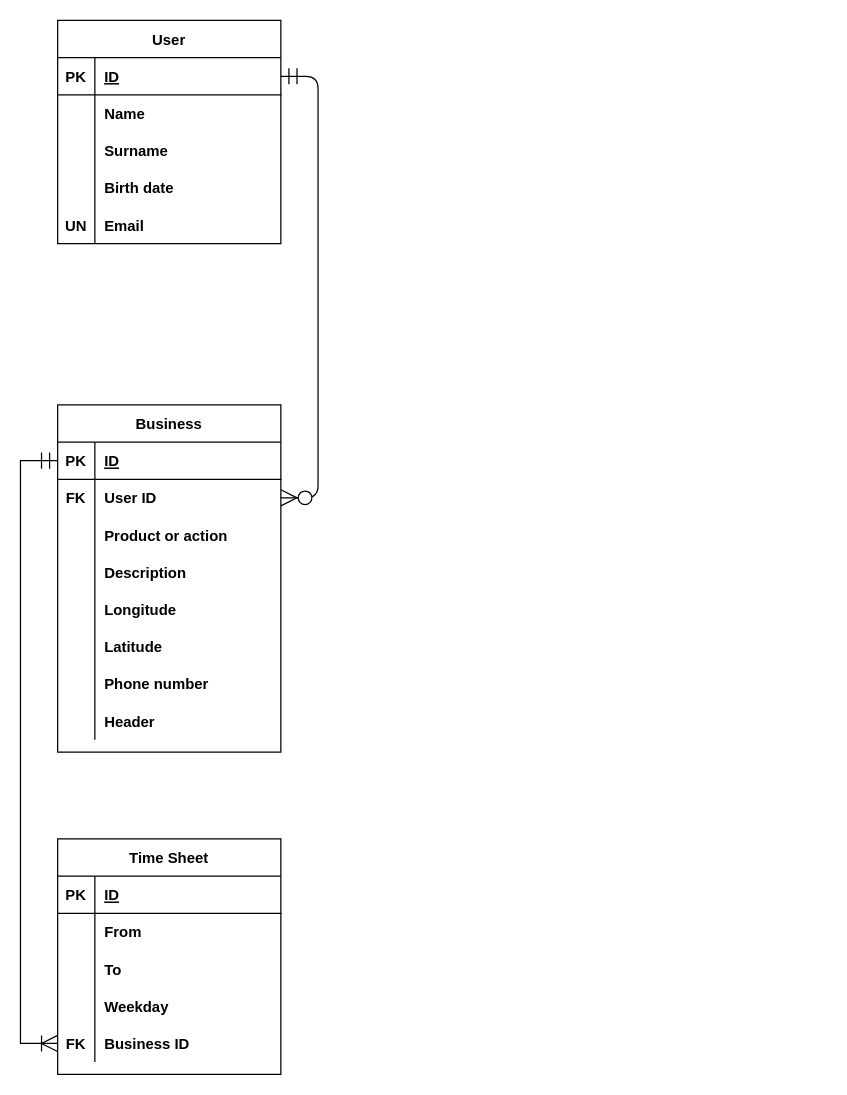
Above: diagram.drawio in EvalVis/Locals-Trade (draw.io), before the change. Source tidied: cells renumbered, new cells numbered last; positions are measured from the earlier drawing's top-left corner, leaving out a move shared by most shapes. Both pictures are drawn from the tidied source at 124%, with x=0, y=0 at pixel (57, 20).
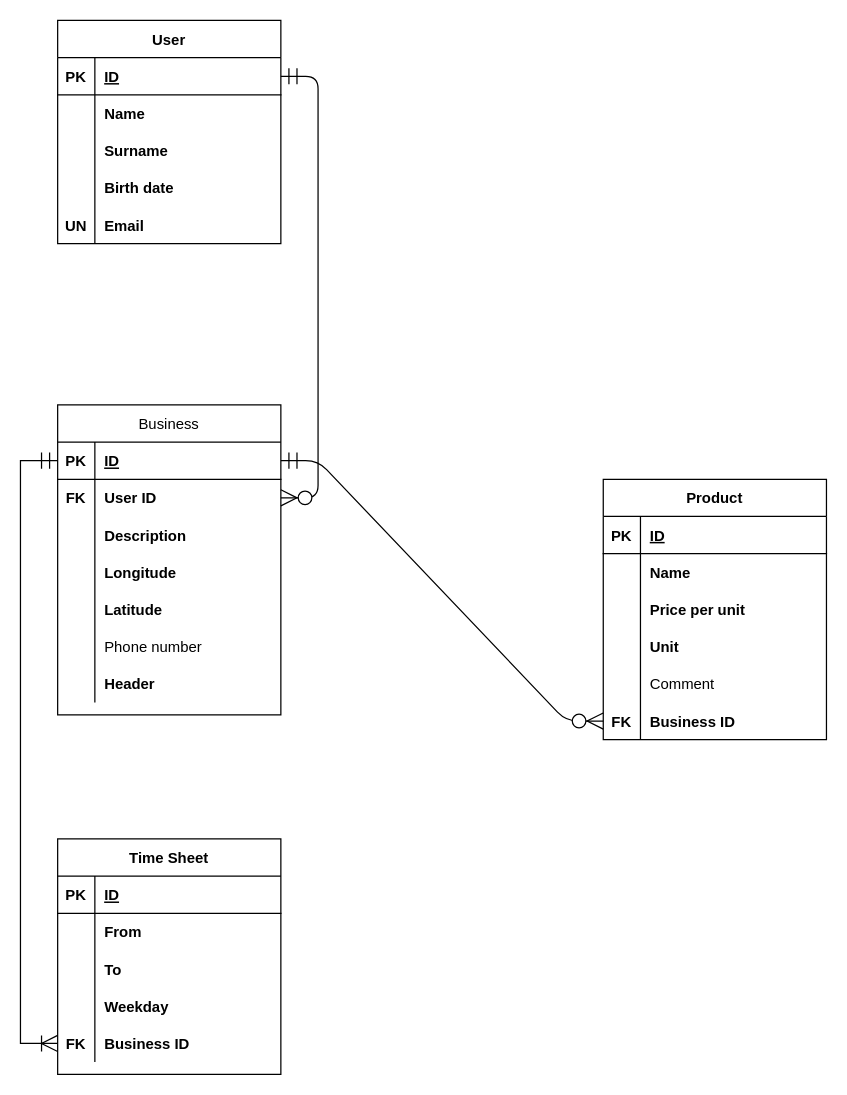
After the change.

Commit message (it also covers changes not shown here):
Importing diagram.

Unchanged cells that the change refers to:
```xml
<mxCell id="19" style="shape=partialRectangle;fillColor=none;top=0;left=0;bottom=1;right=0;points=[[0,0.5],[1,0.5]];portConstraint=eastwest;" parent="18" vertex="1">
  <mxGeometry y="30" width="180" height="30" as="geometry" />
</mxCell>
```

The edit, as a diff of the source:
```diff
@@
-    <mxCell id="18" value="Business" style="shape=table;startSize=30;childLayout=tableLayout;rowLines=0;fontStyle=1;align=center;rounded=0;" parent="1" vertex="1">
-      <mxGeometry y="310" width="180" height="280" as="geometry" />
+    <mxCell id="18" value="Business" style="shape=table;startSize=30;childLayout=tableLayout;rowLines=0;fontStyle=0;align=center;rounded=0;" parent="1" vertex="1">
+      <mxGeometry y="310" width="180" height="250" as="geometry" />
     </mxCell>
@@
-    <mxCell id="25" style="shape=partialRectangle;fillColor=none;top=0;left=0;bottom=0;right=0;" parent="18" vertex="1">
-      <mxGeometry y="90" width="180" height="30" as="geometry" />
-    </mxCell>
-    <mxCell id="26" style="shape=partialRectangle;fillColor=none;top=0;left=0;bottom=0;right=0;overflow=hidden;" parent="25" vertex="1">
-      <mxGeometry width="30" height="30" as="geometry" />
-    </mxCell>
-    <mxCell id="27" value="Product or action" style="shape=partialRectangle;fillColor=none;top=0;left=0;bottom=0;right=0;align=left;spacingLeft=6;overflow=hidden;fontStyle=1;" parent="25" vertex="1">
-      <mxGeometry x="30" width="150" height="30" as="geometry" />
-    </mxCell>
     <mxCell id="28" style="shape=partialRectangle;fillColor=none;top=0;left=0;bottom=0;right=0;" parent="18" vertex="1">
-      <mxGeometry y="120" width="180" height="30" as="geometry" />
+      <mxGeometry y="90" width="180" height="30" as="geometry" />
     </mxCell>
@@
     <mxCell id="31" style="shape=partialRectangle;fillColor=none;top=0;left=0;bottom=0;right=0;" parent="18" vertex="1">
-      <mxGeometry y="150" width="180" height="30" as="geometry" />
+      <mxGeometry y="120" width="180" height="30" as="geometry" />
     </mxCell>
@@
     <mxCell id="34" style="shape=partialRectangle;fillColor=none;top=0;left=0;bottom=0;right=0;" parent="18" vertex="1">
-      <mxGeometry y="180" width="180" height="30" as="geometry" />
+      <mxGeometry y="150" width="180" height="30" as="geometry" />
     </mxCell>
@@
-    <mxCell id="37" style="shape=partialRectangle;fillColor=none;top=0;left=0;bottom=0;right=0;" parent="18" vertex="1">
-      <mxGeometry y="210" width="180" height="30" as="geometry" />
+    <mxCell id="37" style="shape=partialRectangle;fillColor=none;top=0;left=0;bottom=0;right=0;fontStyle=1;" parent="18" vertex="1">
+      <mxGeometry y="180" width="180" height="30" as="geometry" />
     </mxCell>
@@
-    <mxCell id="39" value="Phone number" style="shape=partialRectangle;fillColor=none;top=0;left=0;bottom=0;right=0;align=left;spacingLeft=6;overflow=hidden;fontStyle=1;" parent="37" vertex="1">
+    <mxCell id="39" value="Phone number" style="shape=partialRectangle;fillColor=none;top=0;left=0;bottom=0;right=0;align=left;spacingLeft=6;overflow=hidden;fontStyle=0;" parent="37" vertex="1">
       <mxGeometry x="30" width="150" height="30" as="geometry" />
     </mxCell>
     <mxCell id="40" style="shape=partialRectangle;fillColor=none;top=0;left=0;bottom=0;right=0;" parent="18" vertex="1">
-      <mxGeometry y="240" width="180" height="30" as="geometry" />
+      <mxGeometry y="210" width="180" height="30" as="geometry" />
     </mxCell>
@@
+    <mxCell id="61" value="Product" style="shape=table;startSize=30;childLayout=tableLayout;rowLines=0;fontStyle=1;align=center;" parent="1" vertex="1">
+      <mxGeometry x="440" y="370" width="180" height="210" as="geometry" />
+    </mxCell>
+    <mxCell id="62" style="shape=partialRectangle;fillColor=none;top=0;left=0;bottom=1;right=0;" parent="61" vertex="1">
+      <mxGeometry y="30" width="180" height="30" as="geometry" />
+    </mxCell>
+    <mxCell id="63" value="PK" style="shape=partialRectangle;fillColor=none;top=0;left=0;bottom=0;right=0;fontStyle=1;overflow=hidden;" parent="62" vertex="1">
+      <mxGeometry width="30" height="30" as="geometry" />
+    </mxCell>
+    <mxCell id="64" value="ID" style="shape=partialRectangle;fillColor=none;top=0;left=0;bottom=0;right=0;align=left;spacingLeft=6;fontStyle=5;overflow=hidden;" parent="62" vertex="1">
+      <mxGeometry x="30" width="150" height="30" as="geometry" />
+    </mxCell>
+    <mxCell id="65" style="shape=partialRectangle;fillColor=none;top=0;left=0;bottom=0;right=0;" parent="61" vertex="1">
+      <mxGeometry y="60" width="180" height="30" as="geometry" />
+    </mxCell>
+    <mxCell id="66" style="shape=partialRectangle;fillColor=none;top=0;left=0;bottom=0;right=0;overflow=hidden;" parent="65" vertex="1">
+      <mxGeometry width="30" height="30" as="geometry" />
+    </mxCell>
+    <mxCell id="67" value="Name" style="shape=partialRectangle;fillColor=none;top=0;left=0;bottom=0;right=0;align=left;spacingLeft=6;overflow=hidden;fontStyle=1;" parent="65" vertex="1">
+      <mxGeometry x="30" width="150" height="30" as="geometry" />
+    </mxCell>
+    <mxCell id="25" style="shape=partialRectangle;fillColor=none;top=0;left=0;bottom=0;right=0;" parent="61" vertex="1">
+      <mxGeometry y="90" width="180" height="30" as="geometry" />
+    </mxCell>
+    <mxCell id="68" style="shape=partialRectangle;fillColor=none;top=0;left=0;bottom=0;right=0;overflow=hidden;" parent="25" vertex="1">
+      <mxGeometry width="30" height="30" as="geometry" />
+    </mxCell>
+    <mxCell id="69" value="Price per unit" style="shape=partialRectangle;fillColor=none;top=0;left=0;bottom=0;right=0;align=left;spacingLeft=6;overflow=hidden;fontStyle=1;" parent="25" vertex="1">
+      <mxGeometry x="30" width="150" height="30" as="geometry" />
+    </mxCell>
+    <mxCell id="70" style="shape=partialRectangle;fillColor=none;top=0;left=0;bottom=0;right=0;" parent="61" vertex="1">
+      <mxGeometry y="120" width="180" height="30" as="geometry" />
+    </mxCell>
+    <mxCell id="71" style="shape=partialRectangle;fillColor=none;top=0;left=0;bottom=0;right=0;overflow=hidden;" parent="70" vertex="1">
+      <mxGeometry width="30" height="30" as="geometry" />
+    </mxCell>
+    <mxCell id="72" value="Unit" style="shape=partialRectangle;fillColor=none;top=0;left=0;bottom=0;right=0;align=left;spacingLeft=6;overflow=hidden;fontStyle=1;" parent="70" vertex="1">
+      <mxGeometry x="30" width="150" height="30" as="geometry" />
+    </mxCell>
+    <mxCell id="73" style="shape=partialRectangle;fillColor=none;top=0;left=0;bottom=0;right=0;" parent="61" vertex="1">
+      <mxGeometry y="150" width="180" height="30" as="geometry" />
+    </mxCell>
+    <mxCell id="74" style="shape=partialRectangle;fillColor=none;top=0;left=0;bottom=0;right=0;overflow=hidden;fontStyle=1;" parent="73" vertex="1">
+      <mxGeometry width="30" height="30" as="geometry" />
+    </mxCell>
+    <mxCell id="75" value="Comment" style="shape=partialRectangle;fillColor=none;top=0;left=0;bottom=0;right=0;align=left;spacingLeft=6;overflow=hidden;fontStyle=0;" parent="73" vertex="1">
+      <mxGeometry x="30" width="150" height="30" as="geometry" />
+    </mxCell>
+    <mxCell id="76" style="shape=partialRectangle;fillColor=none;top=0;left=0;bottom=0;right=0;points=[[0,0.5],[1,0.5]];portConstraint=eastwest;" parent="61" vertex="1">
+      <mxGeometry y="180" width="180" height="30" as="geometry" />
+    </mxCell>
+    <mxCell id="77" value="FK" style="shape=partialRectangle;fillColor=none;top=0;left=0;bottom=0;right=0;overflow=hidden;fontStyle=1;" parent="76" vertex="1">
+      <mxGeometry width="30" height="30" as="geometry" />
+    </mxCell>
+    <mxCell id="78" value="Business ID" style="shape=partialRectangle;fillColor=none;top=0;left=0;bottom=0;right=0;align=left;spacingLeft=6;overflow=hidden;fontStyle=1;" parent="76" vertex="1">
+      <mxGeometry x="30" width="150" height="30" as="geometry" />
+    </mxCell>
+    <mxCell id="79" style="edgeStyle=entityRelationEdgeStyle;fontSize=12;html=1;endArrow=ERzeroToMany;startArrow=ERmandOne;exitX=1;exitY=0.5;exitDx=0;exitDy=0;entryX=0;entryY=0.5;entryDx=0;entryDy=0;endSize=11;startSize=11;rounded=1;" parent="1" edge="1" source="19" target="76">
+      <mxGeometry relative="1" as="geometry" />
+    </mxCell>
```
